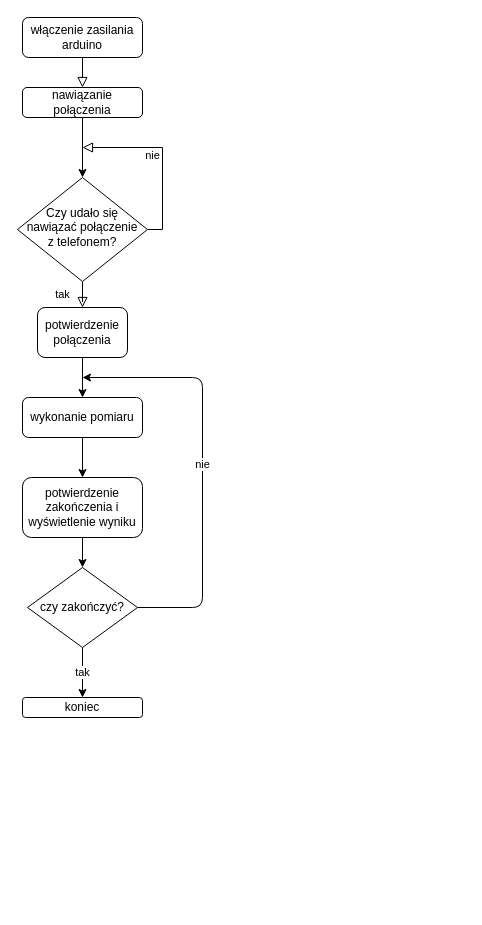
Before: telemed.drawio in marcprz4/telemed, a draw.io diagram. Source tidied: cells renumbered, new cells numbered last; positions are measured from the earlier drawing's top-left corner, leaving out a move shared by most shapes. Both pictures are drawn from the tidied source at 100%, with x=0, y=0 at pixel (17, 17).
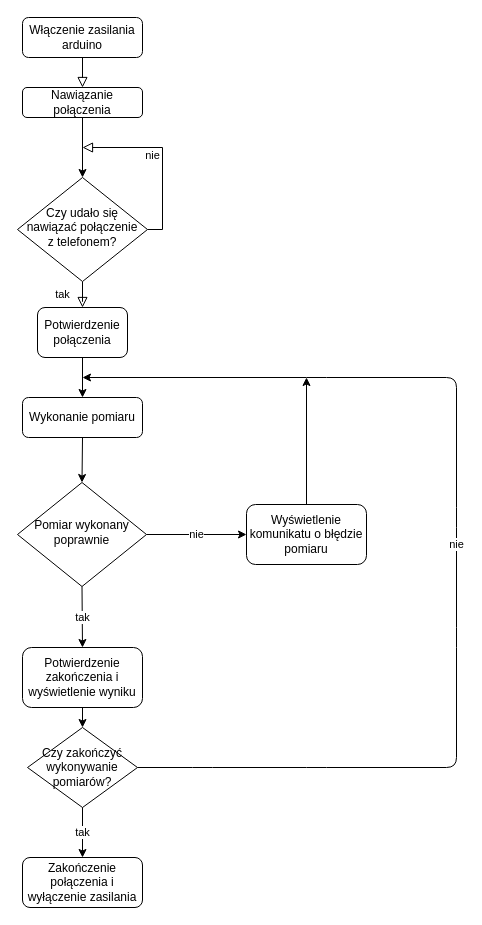
Above is the later version.

What changed in the source:
```diff
@@
-    <mxCell id="3" value="włączenie zasilania arduino" style="rounded=1;whiteSpace=wrap;html=1;fontSize=12;glass=0;strokeWidth=1;shadow=0;" parent="1" vertex="1">
+    <mxCell id="3" value="Włączenie zasilania arduino" style="rounded=1;whiteSpace=wrap;html=1;fontSize=12;glass=0;strokeWidth=1;shadow=0;" parent="1" vertex="1">
       <mxGeometry x="5" width="120" height="40" as="geometry" />
     </mxCell>
@@
-    <mxCell id="7" value="wykonanie pomiaru" style="rounded=1;whiteSpace=wrap;html=1;fontSize=12;glass=0;strokeWidth=1;shadow=0;" parent="1" vertex="1">
+    <mxCell id="7" value="Wykonanie pomiaru" style="rounded=1;whiteSpace=wrap;html=1;fontSize=12;glass=0;strokeWidth=1;shadow=0;" parent="1" vertex="1">
       <mxGeometry x="5" y="380" width="120" height="40" as="geometry" />
     </mxCell>
-    <mxCell id="8" value="potwierdzenie połączenia" style="rounded=1;whiteSpace=wrap;html=1;" parent="1" vertex="1">
+    <mxCell id="8" value="Potwierdzenie połączenia" style="rounded=1;whiteSpace=wrap;html=1;" parent="1" vertex="1">
       <mxGeometry x="20" y="290" width="90" height="50" as="geometry" />
     </mxCell>
@@
-    <mxCell id="10" style="endArrow=classic;html=1;exitX=0.5;exitY=1;exitDx=0;exitDy=0;" parent="1" edge="1" source="7" target="11">
-      <mxGeometry relative="1" as="geometry" />
-    </mxCell>
-    <mxCell id="11" value="potwierdzenie zakończenia i wyświetlenie wyniku" style="rounded=1;whiteSpace=wrap;html=1;" parent="1" vertex="1">
-      <mxGeometry x="5" y="460" width="120" height="60" as="geometry" />
+    <mxCell id="11" value="Potwierdzenie zakończenia i wyświetlenie wyniku" style="rounded=1;whiteSpace=wrap;html=1;" parent="1" vertex="1">
+      <mxGeometry x="5" y="630" width="120" height="60" as="geometry" />
     </mxCell>
-    <mxCell id="12" value="czy zakończyć?" style="rhombus;whiteSpace=wrap;html=1;" parent="1" vertex="1">
-      <mxGeometry x="10" y="550" width="110" height="80" as="geometry" />
+    <mxCell id="12" value="Czy zakończyć wykonywanie pomiarów?" style="rhombus;whiteSpace=wrap;html=1;" parent="1" vertex="1">
+      <mxGeometry x="10" y="710" width="110" height="80" as="geometry" />
     </mxCell>
@@
-    <mxCell id="15" value="koniec" style="rounded=1;whiteSpace=wrap;html=1;" parent="1" vertex="1">
-      <mxGeometry x="5" y="680" width="120" height="20" as="geometry" />
+    <mxCell id="15" value="Zakończenie połączenia i wyłączenie zasilania" style="rounded=1;whiteSpace=wrap;html=1;" parent="1" vertex="1">
+      <mxGeometry x="5" y="840" width="120" height="50" as="geometry" />
     </mxCell>
     <mxCell id="16" value="nie" style="endArrow=classic;html=1;exitX=1;exitY=0.5;exitDx=0;exitDy=0;" parent="1" edge="1" source="12">
       <mxGeometry relative="1" as="geometry">
         <mxPoint x="65" y="360" as="targetPoint" />
         <Array as="points">
-          <mxPoint x="185" y="590" />
-          <mxPoint x="185" y="360" />
+          <mxPoint x="185" y="750" />
+          <mxPoint x="299" y="750" />
+          <mxPoint x="439" y="750" />
+          <mxPoint x="439" y="620" />
+          <mxPoint x="439" y="500" />
+          <mxPoint x="439" y="360" />
+          <mxPoint x="299" y="360" />
         </Array>
       </mxGeometry>
     </mxCell>
-    <mxCell id="17" value="nawiązanie połączenia" style="rounded=1;whiteSpace=wrap;html=1;" parent="1" vertex="1">
+    <mxCell id="17" value="Nawiązanie połączenia" style="rounded=1;whiteSpace=wrap;html=1;" parent="1" vertex="1">
       <mxGeometry x="5" y="70" width="120" height="30" as="geometry" />
     </mxCell>
@@
+    <mxCell id="19" value="Pomiar wykonany poprawnie" style="rhombus;whiteSpace=wrap;html=1;shadow=0;fontFamily=Helvetica;fontSize=12;align=center;strokeWidth=1;spacing=6;spacingTop=-4;" parent="1" vertex="1">
+      <mxGeometry y="465" width="129" height="104" as="geometry" />
+    </mxCell>
+    <mxCell id="20" value="tak" style="endArrow=classic;html=1;exitX=0.5;exitY=1;exitDx=0;exitDy=0;entryX=0.5;entryY=0;entryDx=0;entryDy=0;" parent="1" edge="1" source="19" target="11">
+      <mxGeometry relative="1" as="geometry" />
+    </mxCell>
+    <mxCell id="21" value="nie" style="endArrow=classic;html=1;entryX=0;entryY=0.5;entryDx=0;entryDy=0;" parent="1" edge="1" target="23">
+      <mxGeometry relative="1" as="geometry">
+        <mxPoint x="129" y="517" as="sourcePoint" />
+      </mxGeometry>
+    </mxCell>
+    <mxCell id="22" style="endArrow=classic;html=1;exitX=0.5;exitY=1;exitDx=0;exitDy=0;entryX=0.5;entryY=0;entryDx=0;entryDy=0;" parent="1" edge="1" source="7" target="19">
+      <mxGeometry relative="1" as="geometry" />
+    </mxCell>
+    <mxCell id="23" value="Wyświetlenie komunikatu o błędzie pomiaru" style="rounded=1;whiteSpace=wrap;html=1;" parent="1" vertex="1">
+      <mxGeometry x="229" y="487" width="120" height="60" as="geometry" />
+    </mxCell>
+    <mxCell id="24" style="endArrow=classic;html=1;exitX=0.5;exitY=0;exitDx=0;exitDy=0;" parent="1" edge="1" source="23">
+      <mxGeometry relative="1" as="geometry">
+        <mxPoint x="289" y="360" as="targetPoint" />
+      </mxGeometry>
+    </mxCell>
```
